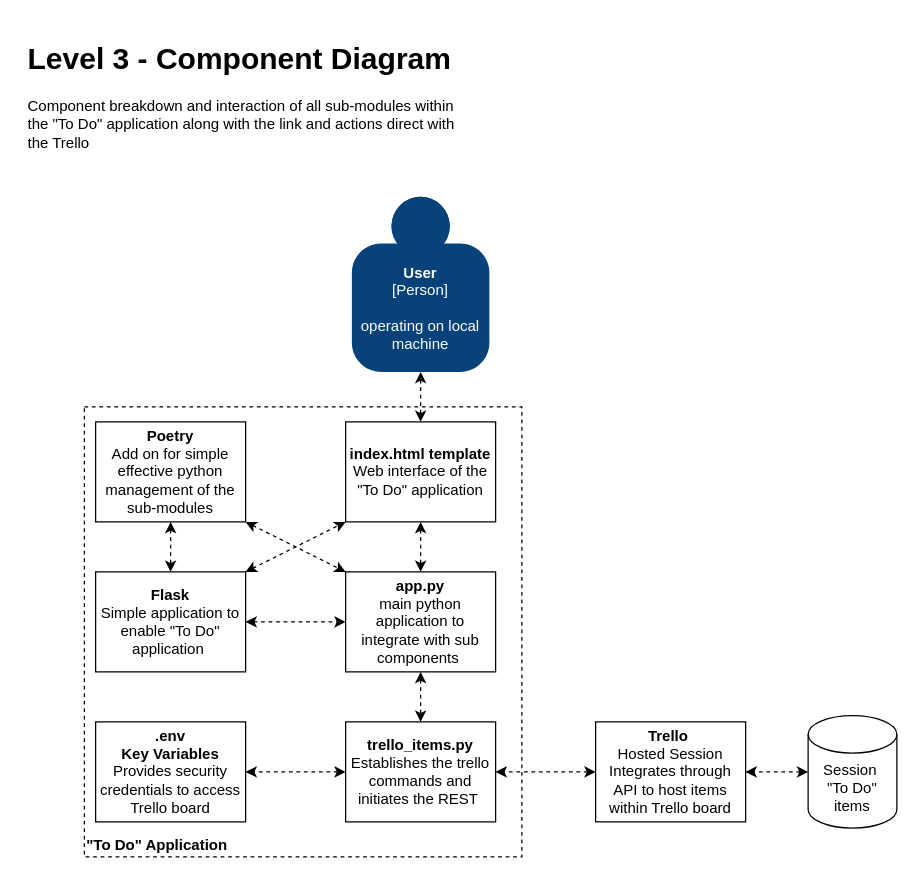
The draw.io diagram documentation/Level 3 - Component Diagram.drawio in CorndelWithSoftwire/DevOps-Course-Starter, before the edit. Source tidied: cells renumbered, new cells numbered last; positions are measured from the earlier drawing's top-left corner, leaving out a move shared by most shapes. Both pictures are drawn from the tidied source at 125%, with x=0, y=0 at pixel (21, 34).
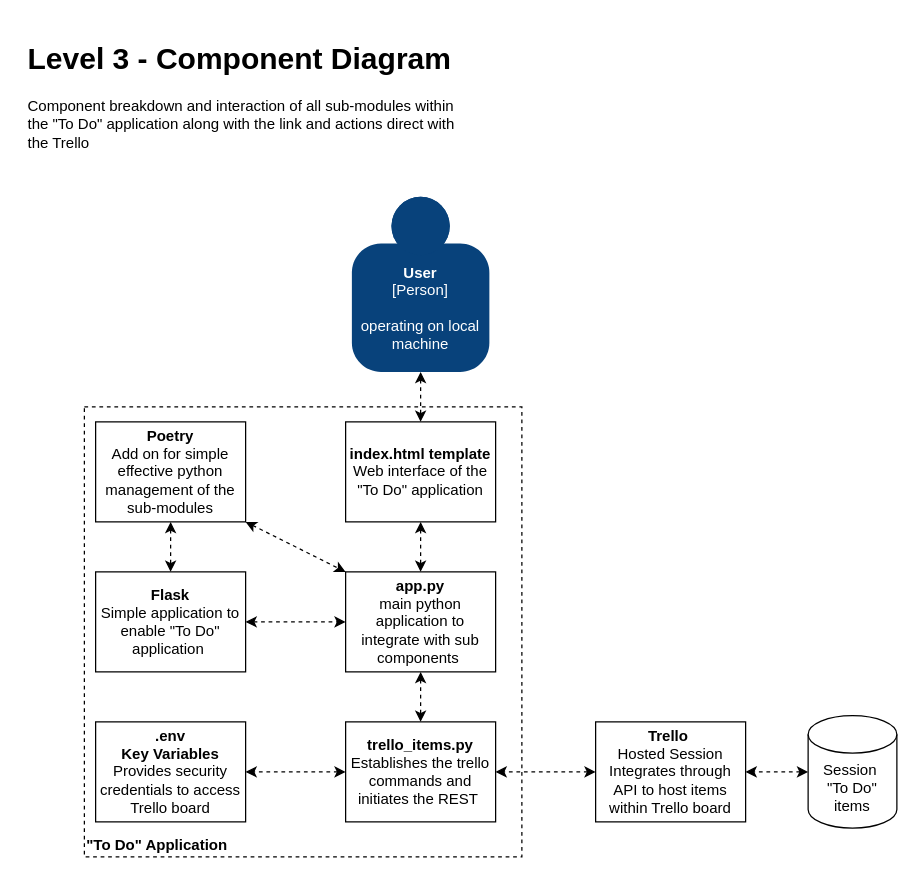
After the change.

The change refers to these unchanged cells:
```xml
<mxCell id="6" value="&lt;b&gt;index.html template&lt;/b&gt;&lt;br&gt;Web interface of the &quot;To Do&quot; application" style="rounded=0;whiteSpace=wrap;html=1;" parent="1" vertex="1">
  <mxGeometry x="259" y="310" width="120" height="80" as="geometry" />
</mxCell>
<mxCell id="11" value="&lt;b&gt;Flask&lt;/b&gt;&lt;br&gt;Simple application to enable &quot;To Do&quot; application&amp;nbsp;" style="rounded=0;whiteSpace=wrap;html=1;" parent="1" vertex="1">
  <mxGeometry x="59" y="430" width="120" height="80" as="geometry" />
</mxCell>
```

Change to the diagram source:
```diff
@@
-    <mxCell id="22" style="endArrow=classic;startArrow=classic;html=1;entryX=0;entryY=1;entryDx=0;entryDy=0;dashed=1;exitX=1;exitY=0;exitDx=0;exitDy=0;" parent="1" edge="1" source="11" target="6">
-      <mxGeometry relative="1" as="geometry" />
-    </mxCell>
```
